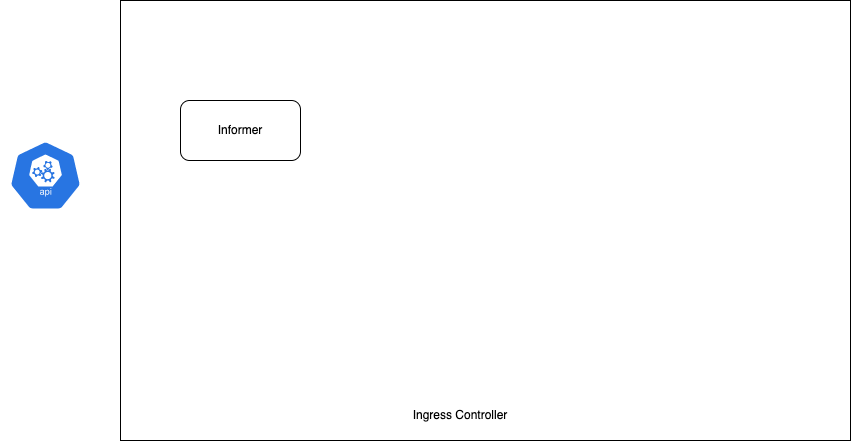
Above: diagrams/ingress-nginx-controller.png in kbsonlong/notes_statics (draw.io), before the change. Source tidied: cells renumbered, new cells last; positions are measured from the earlier drawing's top-left corner, leaving out a move shared by most shapes. Source of this version:
```xml
<mxGraphModel>
  <root>
    <mxCell id="0" />
    <mxCell id="1" parent="0" />
    <mxCell id="2" style="rounded=0;whiteSpace=wrap;html=1;" parent="1" vertex="1">
      <mxGeometry x="120" width="730" height="440" as="geometry" />
    </mxCell>
    <mxCell id="3" style="sketch=0;html=1;dashed=0;whitespace=wrap;fillColor=#2875E2;strokeColor=#ffffff;shape=mxgraph.kubernetes.icon;prIcon=api;" parent="1" vertex="1">
      <mxGeometry y="140" width="90" height="70" as="geometry" />
    </mxCell>
    <mxCell id="4" value="Ingress Controller" style="text;html=1;strokeColor=none;fillColor=none;align=center;verticalAlign=middle;whiteSpace=wrap;rounded=0;" parent="1" vertex="1">
      <mxGeometry x="400" y="400" width="120" height="30" as="geometry" />
    </mxCell>
    <mxCell id="5" value="Informer" style="rounded=1;whiteSpace=wrap;html=1;" parent="1" vertex="1">
      <mxGeometry x="180" y="100" width="120" height="60" as="geometry" />
    </mxCell>
  </root>
</mxGraphModel>
```
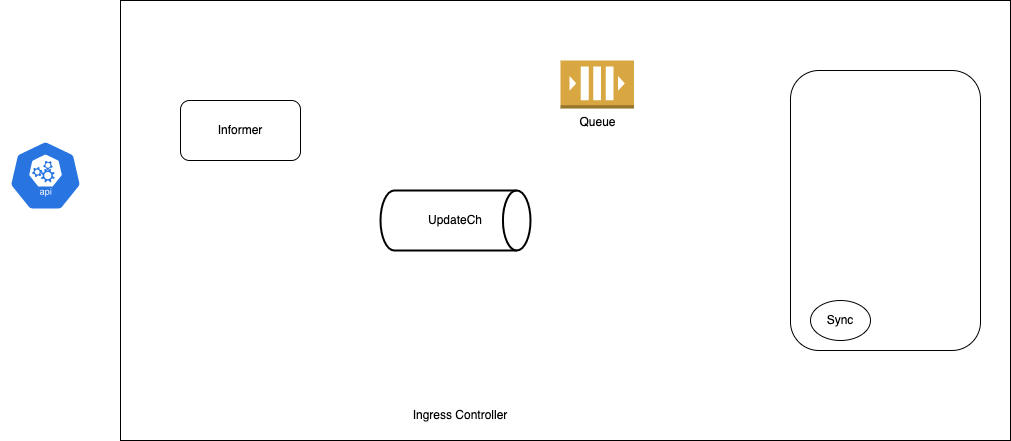
The same file after the commit.

Diff of the diagram source:
```diff
@@ -3,7 +3,7 @@
     <mxCell id="0" />
     <mxCell id="1" parent="0" />
     <mxCell id="2" style="rounded=0;whiteSpace=wrap;html=1;" parent="1" vertex="1">
-      <mxGeometry x="120" width="730" height="440" as="geometry" />
+      <mxGeometry x="120" width="890" height="440" as="geometry" />
     </mxCell>
     <mxCell id="3" style="sketch=0;html=1;dashed=0;whitespace=wrap;fillColor=#2875E2;strokeColor=#ffffff;shape=mxgraph.kubernetes.icon;prIcon=api;" parent="1" vertex="1">
       <mxGeometry y="140" width="90" height="70" as="geometry" />
@@ -14,5 +14,17 @@
     <mxCell id="5" value="Informer" style="rounded=1;whiteSpace=wrap;html=1;" parent="1" vertex="1">
       <mxGeometry x="180" y="100" width="120" height="60" as="geometry" />
     </mxCell>
+    <mxCell id="6" value="UpdateCh" style="strokeWidth=2;html=1;shape=mxgraph.flowchart.direct_data;whiteSpace=wrap;" parent="1" vertex="1">
+      <mxGeometry x="380" y="190" width="150" height="60" as="geometry" />
+    </mxCell>
+    <mxCell id="7" value="Queue" style="dashed=0;verticalLabelPosition=bottom;verticalAlign=top;align=center;html=1;shape=mxgraph.aws3.queue;fillColor=#D9A741;gradientColor=none;" parent="1" vertex="1">
+      <mxGeometry x="560" y="60" width="73.5" height="48" as="geometry" />
+    </mxCell>
+    <mxCell id="8" style="rounded=1;whiteSpace=wrap;html=1;" parent="1" vertex="1">
+      <mxGeometry x="790" y="70" width="190" height="280" as="geometry" />
+    </mxCell>
+    <mxCell id="9" value="Sync" style="ellipse;whiteSpace=wrap;html=1;" parent="1" vertex="1">
+      <mxGeometry x="810" y="300" width="60" height="40" as="geometry" />
+    </mxCell>
   </root>
 </mxGraphModel>
```
